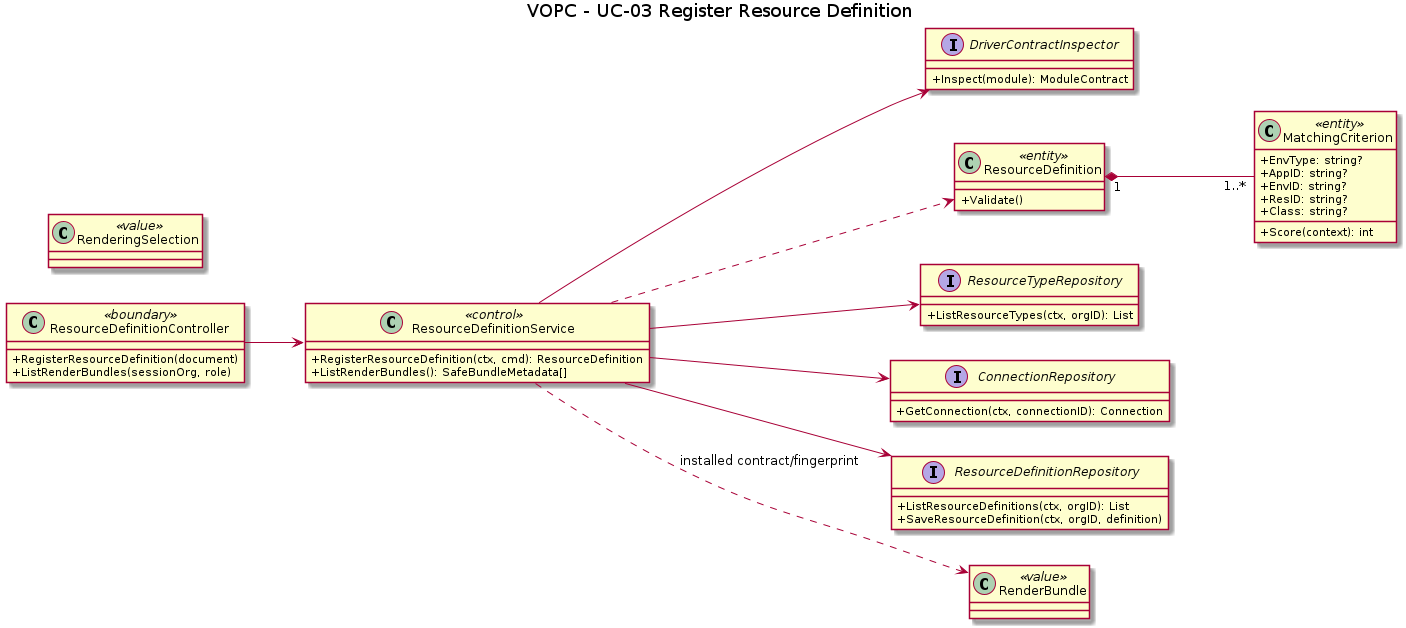
The PlantUML diagram orchestrator_docs/usecase/UC-03/vopc.png in pr3s3nt/poc, before a commit. Its source is kept beside it as orchestrator_docs/usecase/UC-03/vopc.puml.
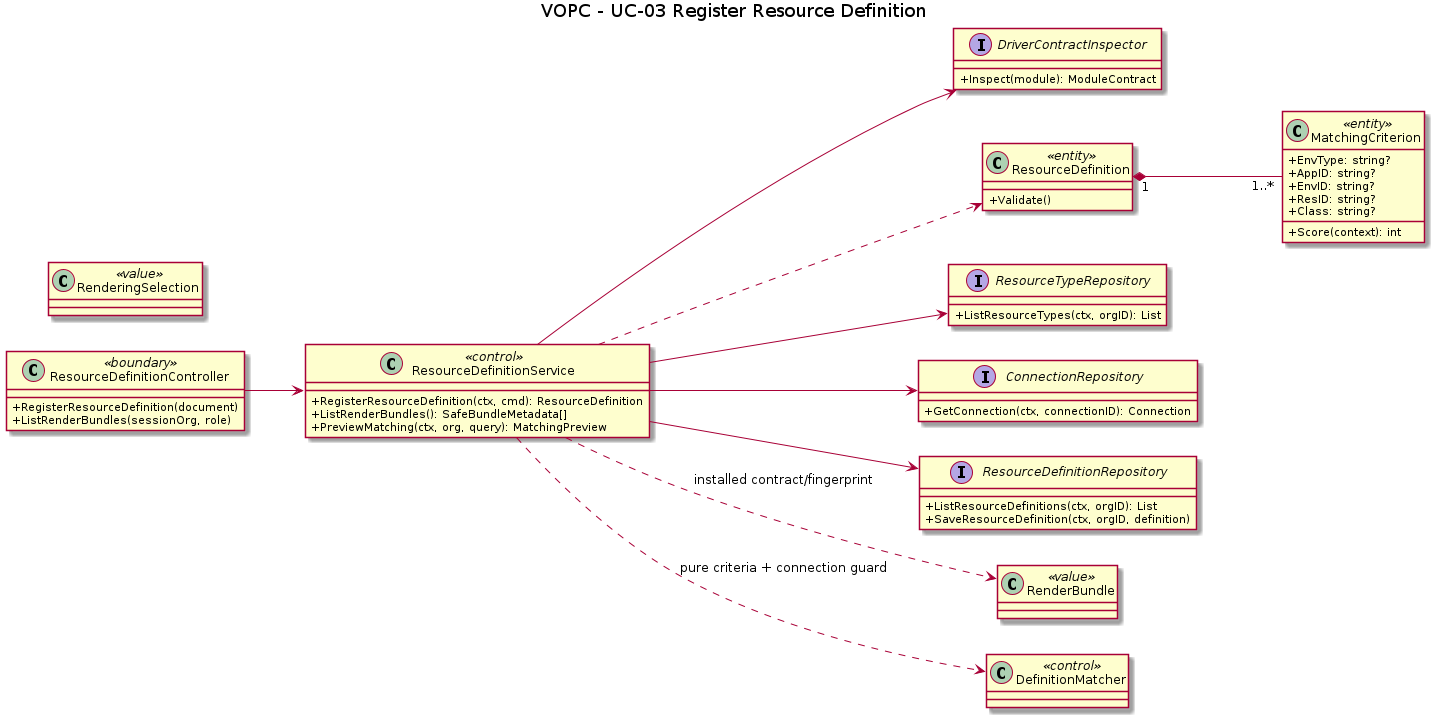
The same diagram one commit later.

Diff of the diagram source:
```diff
@@ -9,6 +9,7 @@
 class ResourceDefinitionService <<control>> {
   +RegisterResourceDefinition(ctx, cmd): ResourceDefinition
   +ListRenderBundles(): SafeBundleMetadata[]
+    +PreviewMatching(ctx, org, query): MatchingPreview
 }
 interface DriverContractInspector {
   +Inspect(module): ModuleContract
@@ -44,4 +45,6 @@
 class RenderBundle <<value>>
 class RenderingSelection <<value>>
 ResourceDefinitionService ..> RenderBundle : installed contract/fingerprint
+class DefinitionMatcher <<control>>
+ResourceDefinitionService ..> DefinitionMatcher : pure criteria + connection guard
 @enduml
```
